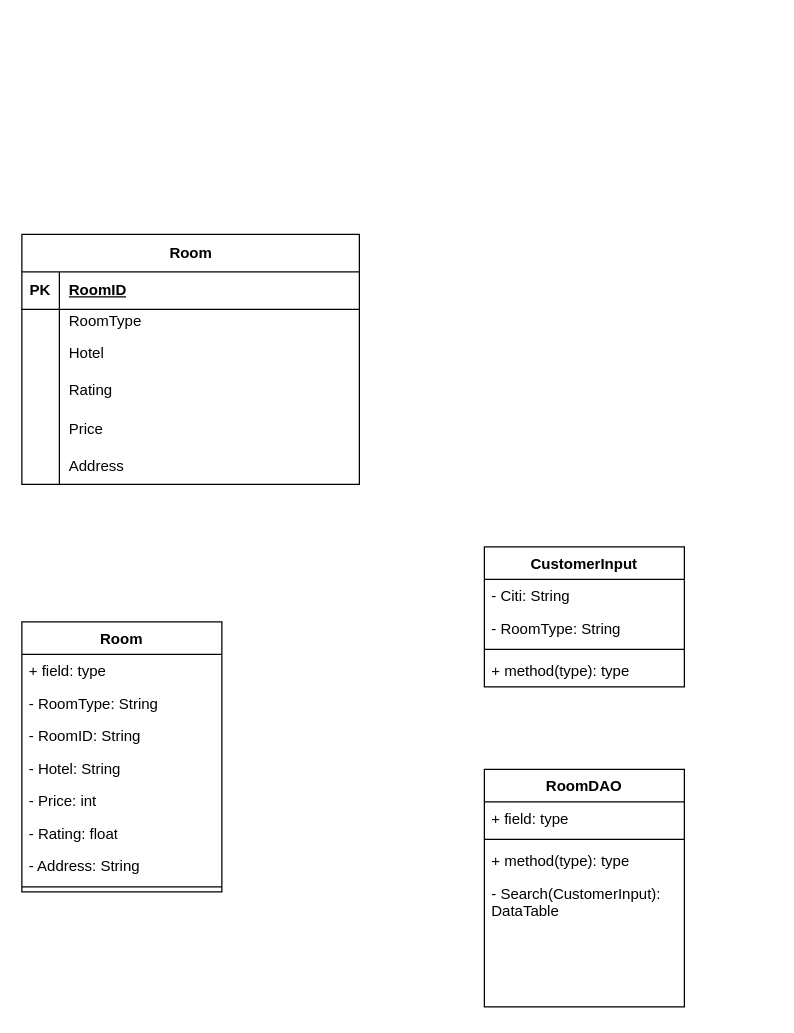
Above: Window Final Term Project.drawio in hamegy08lleo/Window-Final-Term-Projcet-WPF- (draw.io), before the change. Source tidied: cells renumbered, new cells numbered last; positions are measured from the earlier drawing's top-left corner, leaving out a move shared by most shapes. Both pictures are drawn from the tidied source at 125%, with x=0, y=0 at pixel (21, 234).
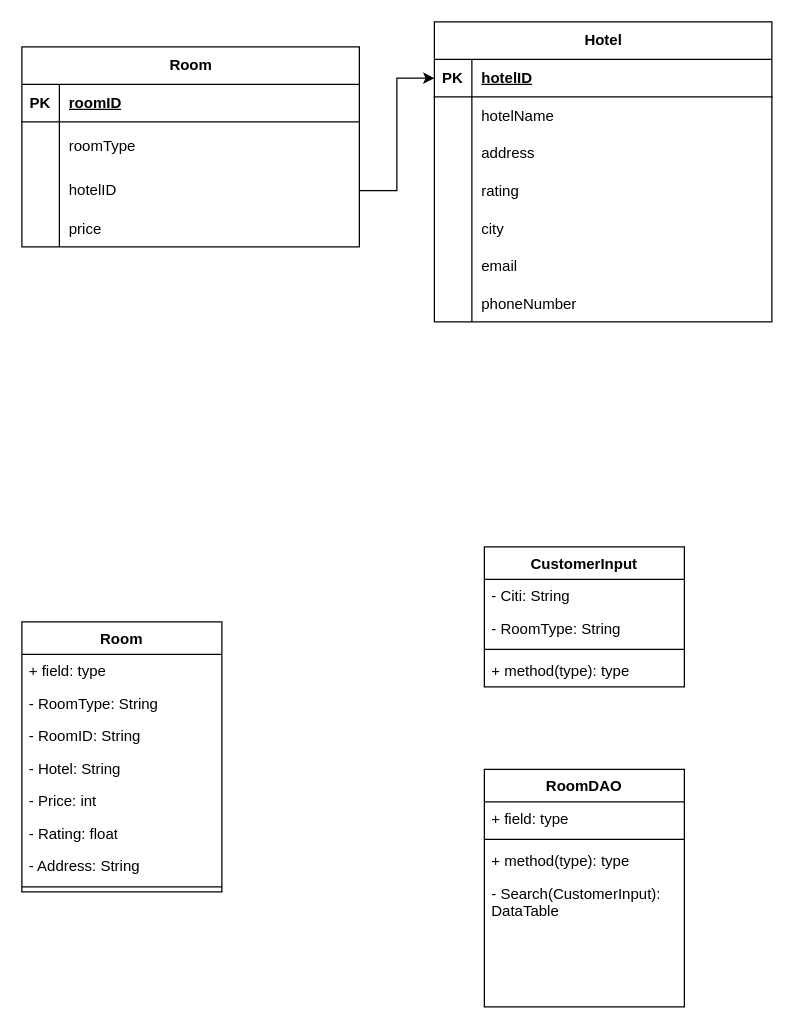
The same page after the edit.

The change refers to these unchanged cells:
```xml
<mxCell id="3" style="shape=tableRow;horizontal=0;startSize=0;swimlaneHead=0;swimlaneBody=0;fillColor=none;top=0;left=0;right=0;bottom=1;" parent="2" vertex="1">
  <mxGeometry y="30" width="270" height="30" as="geometry" />
</mxCell>
```

Diff of the diagram source:
```diff
@@
     <mxCell id="2" value="Room" style="shape=table;startSize=30;childLayout=tableLayout;rowLines=0;fontStyle=1;align=center;html=1;" parent="1" vertex="1">
-      <mxGeometry width="270" height="200" as="geometry" />
+      <mxGeometry y="-150" width="270" height="160" as="geometry" />
     </mxCell>
@@
-    <mxCell id="5" value="RoomID" style="shape=partialRectangle;fillColor=none;top=0;left=0;bottom=0;right=0;align=left;spacingLeft=6;fontStyle=5;overflow=hidden;whiteSpace=wrap;html=1;" parent="3" vertex="1">
+    <mxCell id="5" value="roomID" style="shape=partialRectangle;fillColor=none;top=0;left=0;bottom=0;right=0;align=left;spacingLeft=6;fontStyle=5;overflow=hidden;whiteSpace=wrap;html=1;" parent="3" vertex="1">
       <mxGeometry x="30" width="240" height="30" as="geometry" />
     </mxCell>
     <mxCell id="6" style="shape=tableRow;horizontal=0;startSize=0;swimlaneHead=0;swimlaneBody=0;fillColor=none;top=0;left=0;right=0;bottom=0;" parent="2" vertex="1">
-      <mxGeometry y="60" width="270" height="20" as="geometry" />
+      <mxGeometry y="60" width="270" height="40" as="geometry" />
     </mxCell>
     <mxCell id="7" style="shape=partialRectangle;fillColor=none;top=0;left=0;bottom=0;right=0;overflow=hidden;whiteSpace=wrap;html=1;" parent="6" vertex="1">
-      <mxGeometry width="30" height="20" as="geometry" />
+      <mxGeometry width="30" height="40" as="geometry" />
     </mxCell>
-    <mxCell id="8" value="RoomType" style="shape=partialRectangle;fillColor=none;top=0;left=0;bottom=0;right=0;align=left;spacingLeft=6;overflow=hidden;whiteSpace=wrap;html=1;" parent="6" vertex="1">
-      <mxGeometry x="30" width="240" height="20" as="geometry" />
+    <mxCell id="8" value="roomType" style="shape=partialRectangle;fillColor=none;top=0;left=0;bottom=0;right=0;align=left;spacingLeft=6;overflow=hidden;whiteSpace=wrap;html=1;" parent="6" vertex="1">
+      <mxGeometry x="30" width="240" height="40" as="geometry" />
     </mxCell>
     <mxCell id="9" style="shape=tableRow;horizontal=0;startSize=0;swimlaneHead=0;swimlaneBody=0;fillColor=none;points=[[0,0.5],[1,0.5]];portConstraint=eastwest;top=0;left=0;right=0;bottom=0;" parent="2" vertex="1">
-      <mxGeometry y="80" width="270" height="30" as="geometry" />
+      <mxGeometry y="100" width="270" height="30" as="geometry" />
     </mxCell>
@@
-    <mxCell id="11" value="Hotel" style="shape=partialRectangle;fillColor=none;top=0;left=0;bottom=0;right=0;align=left;spacingLeft=6;overflow=hidden;whiteSpace=wrap;html=1;" parent="9" vertex="1">
+    <mxCell id="11" value="hotelID" style="shape=partialRectangle;fillColor=none;top=0;left=0;bottom=0;right=0;align=left;spacingLeft=6;overflow=hidden;whiteSpace=wrap;html=1;" parent="9" vertex="1">
       <mxGeometry x="30" width="240" height="30" as="geometry" />
     </mxCell>
-    <mxCell id="12" style="shape=tableRow;horizontal=0;startSize=0;swimlaneHead=0;swimlaneBody=0;fillColor=none;top=0;left=0;right=0;bottom=0;" parent="2" vertex="1">
-      <mxGeometry y="110" width="270" height="30" as="geometry" />
-    </mxCell>
-    <mxCell id="13" style="shape=partialRectangle;fillColor=none;top=0;left=0;bottom=0;right=0;overflow=hidden;whiteSpace=wrap;html=1;" parent="12" vertex="1">
-      <mxGeometry width="30" height="30" as="geometry" />
-    </mxCell>
-    <mxCell id="14" value="Rating" style="shape=partialRectangle;fillColor=none;top=0;left=0;bottom=0;right=0;align=left;spacingLeft=6;overflow=hidden;whiteSpace=wrap;html=1;" parent="12" vertex="1">
-      <mxGeometry x="30" width="240" height="30" as="geometry" />
-    </mxCell>
     <mxCell id="15" style="shape=tableRow;horizontal=0;startSize=0;swimlaneHead=0;swimlaneBody=0;fillColor=none;top=0;left=0;right=0;bottom=0;" parent="2" vertex="1">
-      <mxGeometry y="140" width="270" height="30" as="geometry" />
+      <mxGeometry y="130" width="270" height="30" as="geometry" />
     </mxCell>
@@
-    <mxCell id="17" value="Price" style="shape=partialRectangle;fillColor=none;top=0;left=0;bottom=0;right=0;align=left;spacingLeft=6;overflow=hidden;" parent="15" vertex="1">
+    <mxCell id="17" value="price" style="shape=partialRectangle;fillColor=none;top=0;left=0;bottom=0;right=0;align=left;spacingLeft=6;overflow=hidden;" parent="15" vertex="1">
       <mxGeometry x="30" width="240" height="30" as="geometry" />
     </mxCell>
-    <mxCell id="18" style="shape=tableRow;horizontal=0;startSize=0;swimlaneHead=0;swimlaneBody=0;fillColor=none;top=0;left=0;right=0;bottom=0;" parent="2" vertex="1">
-      <mxGeometry y="170" width="270" height="30" as="geometry" />
-    </mxCell>
-    <mxCell id="19" style="shape=partialRectangle;fillColor=none;top=0;left=0;bottom=0;right=0;overflow=hidden;" parent="18" vertex="1">
-      <mxGeometry width="30" height="30" as="geometry" />
-    </mxCell>
-    <mxCell id="20" value="Address" style="shape=partialRectangle;fillColor=none;top=0;left=0;bottom=0;right=0;align=left;spacingLeft=6;overflow=hidden;" parent="18" vertex="1">
-      <mxGeometry x="30" width="240" height="30" as="geometry" />
-    </mxCell>
@@
+    <mxCell id="40" value="Hotel" style="shape=table;startSize=30;childLayout=tableLayout;rowLines=0;fontStyle=1;align=center;html=1;" parent="1" vertex="1">
+      <mxGeometry x="330" y="-170" width="270" height="240" as="geometry" />
+    </mxCell>
+    <mxCell id="41" style="shape=tableRow;horizontal=0;startSize=0;swimlaneHead=0;swimlaneBody=0;fillColor=none;points=[[0,0.5],[1,0.5]];portConstraint=eastwest;top=0;left=0;right=0;bottom=1;" parent="40" vertex="1">
+      <mxGeometry y="30" width="270" height="30" as="geometry" />
+    </mxCell>
+    <mxCell id="42" value="PK" style="shape=partialRectangle;fillColor=none;top=0;left=0;bottom=0;right=0;fontStyle=1;overflow=hidden;whiteSpace=wrap;html=1;" parent="41" vertex="1">
+      <mxGeometry width="30" height="30" as="geometry" />
+    </mxCell>
+    <mxCell id="43" value="hotelID" style="shape=partialRectangle;fillColor=none;top=0;left=0;bottom=0;right=0;align=left;spacingLeft=6;fontStyle=5;overflow=hidden;whiteSpace=wrap;html=1;" parent="41" vertex="1">
+      <mxGeometry x="30" width="240" height="30" as="geometry" />
+    </mxCell>
+    <mxCell id="44" style="shape=tableRow;horizontal=0;startSize=0;swimlaneHead=0;swimlaneBody=0;fillColor=none;top=0;left=0;right=0;bottom=0;" parent="40" vertex="1">
+      <mxGeometry y="60" width="270" height="30" as="geometry" />
+    </mxCell>
+    <mxCell id="45" style="shape=partialRectangle;fillColor=none;top=0;left=0;bottom=0;right=0;overflow=hidden;" parent="44" vertex="1">
+      <mxGeometry width="30" height="30" as="geometry" />
+    </mxCell>
+    <mxCell id="46" value="hotelName" style="shape=partialRectangle;fillColor=none;top=0;left=0;bottom=0;right=0;align=left;spacingLeft=6;overflow=hidden;" parent="44" vertex="1">
+      <mxGeometry x="30" width="240" height="30" as="geometry" />
+    </mxCell>
+    <mxCell id="47" style="shape=tableRow;horizontal=0;startSize=0;swimlaneHead=0;swimlaneBody=0;fillColor=none;top=0;left=0;right=0;bottom=0;" parent="40" vertex="1">
+      <mxGeometry y="90" width="270" height="30" as="geometry" />
+    </mxCell>
+    <mxCell id="13" style="shape=partialRectangle;fillColor=none;top=0;left=0;bottom=0;right=0;overflow=hidden;whiteSpace=wrap;html=1;" parent="47" vertex="1">
+      <mxGeometry width="30" height="30" as="geometry" />
+    </mxCell>
+    <mxCell id="48" value="address&lt;span style=&quot;white-space: pre;&quot;&gt;&#9;&lt;/span&gt;" style="shape=partialRectangle;fillColor=none;top=0;left=0;bottom=0;right=0;align=left;spacingLeft=6;overflow=hidden;whiteSpace=wrap;html=1;" parent="47" vertex="1">
+      <mxGeometry x="30" width="240" height="30" as="geometry" />
+    </mxCell>
+    <mxCell id="49" style="shape=tableRow;horizontal=0;startSize=0;swimlaneHead=0;swimlaneBody=0;fillColor=none;top=0;left=0;right=0;bottom=0;" parent="40" vertex="1">
+      <mxGeometry y="120" width="270" height="30" as="geometry" />
+    </mxCell>
+    <mxCell id="50" value="            " style="shape=partialRectangle;fillColor=none;top=0;left=0;bottom=0;right=0;overflow=hidden;" parent="49" vertex="1">
+      <mxGeometry width="30" height="30" as="geometry" />
+    </mxCell>
+    <mxCell id="51" value="rating" style="shape=partialRectangle;fillColor=none;top=0;left=0;bottom=0;right=0;align=left;spacingLeft=6;overflow=hidden;" parent="49" vertex="1">
+      <mxGeometry x="30" width="240" height="30" as="geometry" />
+    </mxCell>
+    <mxCell id="52" style="shape=tableRow;horizontal=0;startSize=0;swimlaneHead=0;swimlaneBody=0;fillColor=none;top=0;left=0;right=0;bottom=0;" parent="40" vertex="1">
+      <mxGeometry y="150" width="270" height="30" as="geometry" />
+    </mxCell>
+    <mxCell id="53" style="shape=partialRectangle;fillColor=none;top=0;left=0;bottom=0;right=0;overflow=hidden;" parent="52" vertex="1">
+      <mxGeometry width="30" height="30" as="geometry" />
+    </mxCell>
+    <mxCell id="54" value="city" style="shape=partialRectangle;fillColor=none;top=0;left=0;bottom=0;right=0;align=left;spacingLeft=6;overflow=hidden;" parent="52" vertex="1">
+      <mxGeometry x="30" width="240" height="30" as="geometry" />
+    </mxCell>
+    <mxCell id="55" style="shape=tableRow;horizontal=0;startSize=0;swimlaneHead=0;swimlaneBody=0;fillColor=none;top=0;left=0;right=0;bottom=0;" parent="40" vertex="1">
+      <mxGeometry y="180" width="270" height="30" as="geometry" />
+    </mxCell>
+    <mxCell id="56" style="shape=partialRectangle;fillColor=none;top=0;left=0;bottom=0;right=0;overflow=hidden;" parent="55" vertex="1">
+      <mxGeometry width="30" height="30" as="geometry" />
+    </mxCell>
+    <mxCell id="57" value="email" style="shape=partialRectangle;fillColor=none;top=0;left=0;bottom=0;right=0;align=left;spacingLeft=6;overflow=hidden;" parent="55" vertex="1">
+      <mxGeometry x="30" width="240" height="30" as="geometry" />
+    </mxCell>
+    <mxCell id="58" style="shape=tableRow;horizontal=0;startSize=0;swimlaneHead=0;swimlaneBody=0;fillColor=none;top=0;left=0;right=0;bottom=0;" parent="40" vertex="1">
+      <mxGeometry y="210" width="270" height="30" as="geometry" />
+    </mxCell>
+    <mxCell id="59" style="shape=partialRectangle;fillColor=none;top=0;left=0;bottom=0;right=0;overflow=hidden;" parent="58" vertex="1">
+      <mxGeometry width="30" height="30" as="geometry" />
+    </mxCell>
+    <mxCell id="60" value="phoneNumber" style="shape=partialRectangle;fillColor=none;top=0;left=0;bottom=0;right=0;align=left;spacingLeft=6;overflow=hidden;" parent="58" vertex="1">
+      <mxGeometry x="30" width="240" height="30" as="geometry" />
+    </mxCell>
+    <mxCell id="61" style="edgeStyle=orthogonalEdgeStyle;rounded=0;jettySize=auto;html=1;" parent="1" edge="1" source="9" target="41">
+      <mxGeometry relative="1" as="geometry" />
+    </mxCell>
```
